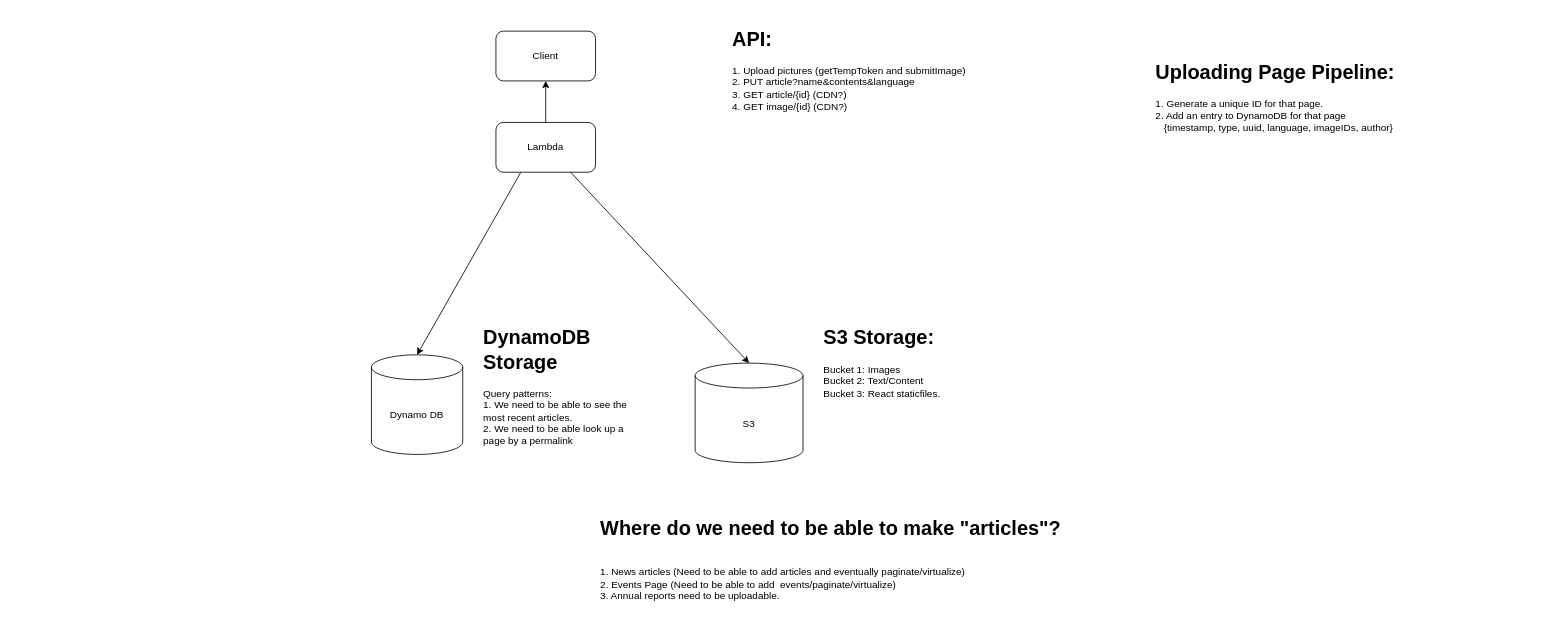
The draw.io diagram docs/system-design.drawio in JordanKoeller/TrinityMutualAid, before the edit. Source tidied: cells renumbered, new cells numbered last; positions are measured from the earlier drawing's top-left corner, leaving out a move shared by most shapes. Both pictures are drawn from the tidied source at 83%, with x=0, y=0 at pixel (371, 22).
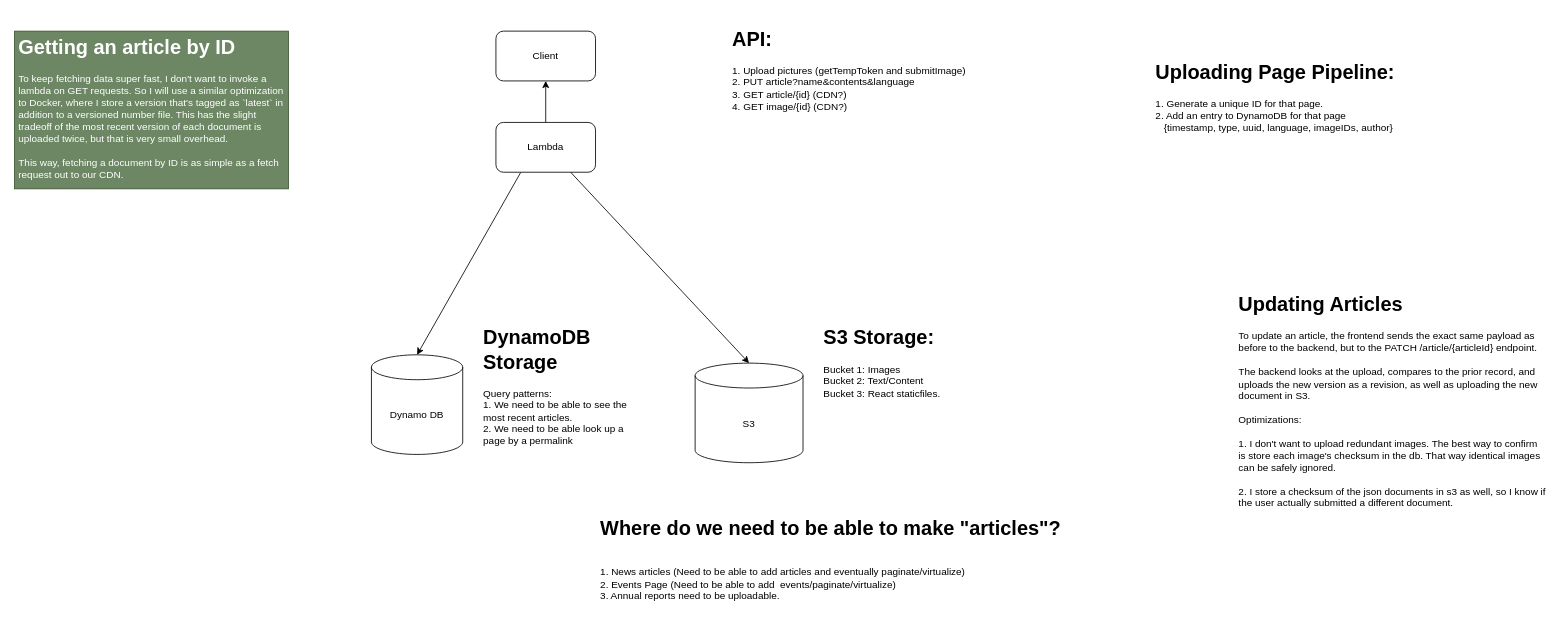
The same page after the edit.

What changed in the source:
```diff
@@
 <mxGraphModel>
   <root>
     <mxCell id="0" />
     <mxCell id="1" parent="0" />
     <mxCell id="2" value="Client" style="rounded=1;whiteSpace=wrap;html=1;" parent="1" vertex="1">
       <mxGeometry x="150" y="10" width="120" height="60" as="geometry" />
     </mxCell>
     <mxCell id="3" value="S3" style="shape=cylinder3;whiteSpace=wrap;html=1;boundedLbl=1;backgroundOutline=1;size=15;" parent="1" vertex="1">
       <mxGeometry x="390" y="410" width="130" height="120" as="geometry" />
     </mxCell>
     <mxCell id="4" value="Dynamo DB" style="shape=cylinder3;whiteSpace=wrap;html=1;boundedLbl=1;backgroundOutline=1;size=15;" parent="1" vertex="1">
       <mxGeometry y="400" width="110" height="120" as="geometry" />
     </mxCell>
     <mxCell id="5" style="edgeStyle=none;html=1;exitX=0.5;exitY=0;exitDx=0;exitDy=0;entryX=0.5;entryY=1;entryDx=0;entryDy=0;" parent="1" edge="1" source="8" target="2">
       <mxGeometry relative="1" as="geometry" />
     </mxCell>
     <mxCell id="6" style="edgeStyle=none;html=1;exitX=0.25;exitY=1;exitDx=0;exitDy=0;entryX=0.5;entryY=0;entryDx=0;entryDy=0;entryPerimeter=0;" parent="1" edge="1" source="8" target="4">
       <mxGeometry relative="1" as="geometry" />
     </mxCell>
     <mxCell id="7" style="edgeStyle=none;html=1;exitX=0.75;exitY=1;exitDx=0;exitDy=0;entryX=0.5;entryY=0;entryDx=0;entryDy=0;entryPerimeter=0;" parent="1" edge="1" source="8" target="3">
       <mxGeometry relative="1" as="geometry" />
     </mxCell>
     <mxCell id="8" value="Lambda" style="rounded=1;whiteSpace=wrap;html=1;" parent="1" vertex="1">
       <mxGeometry x="150" y="120" width="120" height="60" as="geometry" />
     </mxCell>
     <mxCell id="9" value="&lt;h1&gt;API:&lt;/h1&gt;&lt;div&gt;1. Upload pictures (getTempToken and submitImage)&lt;/div&gt;&lt;div&gt;2. PUT article?name&amp;amp;contents&amp;amp;language&lt;/div&gt;&lt;div&gt;3. GET article/{id} (CDN?)&lt;/div&gt;&lt;div&gt;4. GET image/{id} (CDN?)&lt;/div&gt;" style="text;html=1;strokeColor=none;fillColor=none;spacing=5;spacingTop=-20;whiteSpace=wrap;overflow=hidden;rounded=0;" parent="1" vertex="1">
       <mxGeometry x="430" width="350" height="160" as="geometry" />
     </mxCell>
     <mxCell id="10" value="&lt;h1&gt;S3 Storage:&lt;/h1&gt;&lt;div&gt;Bucket 1: Images&lt;/div&gt;&lt;div&gt;Bucket 2: Text/Content&lt;/div&gt;&lt;div&gt;Bucket 3: React staticfiles.&lt;/div&gt;" style="text;html=1;strokeColor=none;fillColor=none;spacing=5;spacingTop=-20;whiteSpace=wrap;overflow=hidden;rounded=0;" parent="1" vertex="1">
       <mxGeometry x="540" y="360" width="190" height="120" as="geometry" />
     </mxCell>
     <mxCell id="11" value="&lt;h1&gt;DynamoDB Storage&lt;/h1&gt;&lt;div&gt;Query patterns:&lt;/div&gt;&lt;div&gt;1. We need to be able to see the most recent articles.&lt;/div&gt;&lt;div&gt;2. We need to be able look up a page by a permalink&lt;/div&gt;" style="text;html=1;strokeColor=none;fillColor=none;spacing=5;spacingTop=-20;whiteSpace=wrap;overflow=hidden;rounded=0;" parent="1" vertex="1">
       <mxGeometry x="130" y="360" width="190" height="220" as="geometry" />
     </mxCell>
     <mxCell id="12" value="&lt;h1&gt;Where do we need to be able to make &quot;articles&quot;?&lt;/h1&gt;&lt;div&gt;&lt;br&gt;&lt;/div&gt;&lt;div&gt;1. News articles (Need to be able to add articles and eventually paginate/virtualize)&lt;/div&gt;&lt;div&gt;2. Events Page (Need to be able to add&amp;nbsp; events/paginate/virtualize)&lt;/div&gt;&lt;div&gt;3. Annual reports need to be uploadable.&lt;/div&gt;&lt;div&gt;&lt;br&gt;&lt;/div&gt;&lt;div&gt;Separately, need to be able to inline-edit the other pages.&lt;/div&gt;" style="text;html=1;strokeColor=none;fillColor=none;spacing=5;spacingTop=-20;whiteSpace=wrap;overflow=hidden;rounded=0;" parent="1" vertex="1">
       <mxGeometry x="271" y="590" width="580" height="120" as="geometry" />
     </mxCell>
     <mxCell id="13" value="&lt;h1&gt;Uploading Page Pipeline:&lt;/h1&gt;&lt;div&gt;1. Generate a unique ID for that page.&lt;/div&gt;&lt;div&gt;2. Add an entry to DynamoDB for that page&lt;/div&gt;&lt;div&gt;&amp;nbsp; &amp;nbsp;{timestamp, type, uuid, language, imageIDs, author}&lt;/div&gt;" style="text;html=1;strokeColor=none;fillColor=none;spacing=5;spacingTop=-20;whiteSpace=wrap;overflow=hidden;rounded=0;" parent="1" vertex="1">
       <mxGeometry x="940" y="40" width="350" height="160" as="geometry" />
     </mxCell>
+    <mxCell id="14" value="&lt;h1&gt;Updating Articles&lt;/h1&gt;&lt;div&gt;To update an article, the frontend sends the exact same payload as before to the backend, but to the PATCH /article/{articleId} endpoint.&lt;/div&gt;&lt;div&gt;&lt;br&gt;&lt;/div&gt;&lt;div&gt;The backend looks at the upload, compares to the prior record, and uploads the new version as a revision, as well as uploading the new document in S3.&lt;/div&gt;&lt;div&gt;&lt;br&gt;&lt;/div&gt;&lt;div&gt;Optimizations:&lt;/div&gt;&lt;div&gt;&lt;br&gt;&lt;/div&gt;&lt;div&gt;1. I don't want to upload redundant images. The best way to confirm is store each image's checksum in the db. That way identical images can be safely ignored.&amp;nbsp;&lt;/div&gt;&lt;div&gt;&lt;br&gt;&lt;/div&gt;&lt;div&gt;2. I store a checksum of the json documents in s3 as well, so I know if the user actually submitted a different document.&lt;/div&gt;" style="text;html=1;strokeColor=none;fillColor=none;spacing=5;spacingTop=-20;whiteSpace=wrap;overflow=hidden;rounded=0;" parent="1" vertex="1">
+      <mxGeometry x="1040" y="320" width="380" height="290" as="geometry" />
+    </mxCell>
+    <mxCell id="15" value="&lt;h1&gt;Getting an article by ID&lt;/h1&gt;&lt;div&gt;To keep fetching data super fast, I don't want to invoke a lambda on GET requests. So I will use a similar optimization to Docker, where I store a version that's tagged as `latest` in addition to a versioned number file. This has the slight tradeoff of the most recent version of each document is uploaded twice, but that is very small overhead.&lt;/div&gt;&lt;div&gt;&lt;br&gt;&lt;/div&gt;&lt;div&gt;This way, fetching a document by ID is as simple as a fetch request out to our CDN.&lt;/div&gt;" style="text;html=1;strokeColor=#3A5431;fillColor=#6d8764;spacing=5;spacingTop=-20;whiteSpace=wrap;overflow=hidden;rounded=0;fontColor=#ffffff;" parent="1" vertex="1">
+      <mxGeometry x="-430" y="10" width="330" height="190" as="geometry" />
+    </mxCell>
   </root>
 </mxGraphModel>
```
